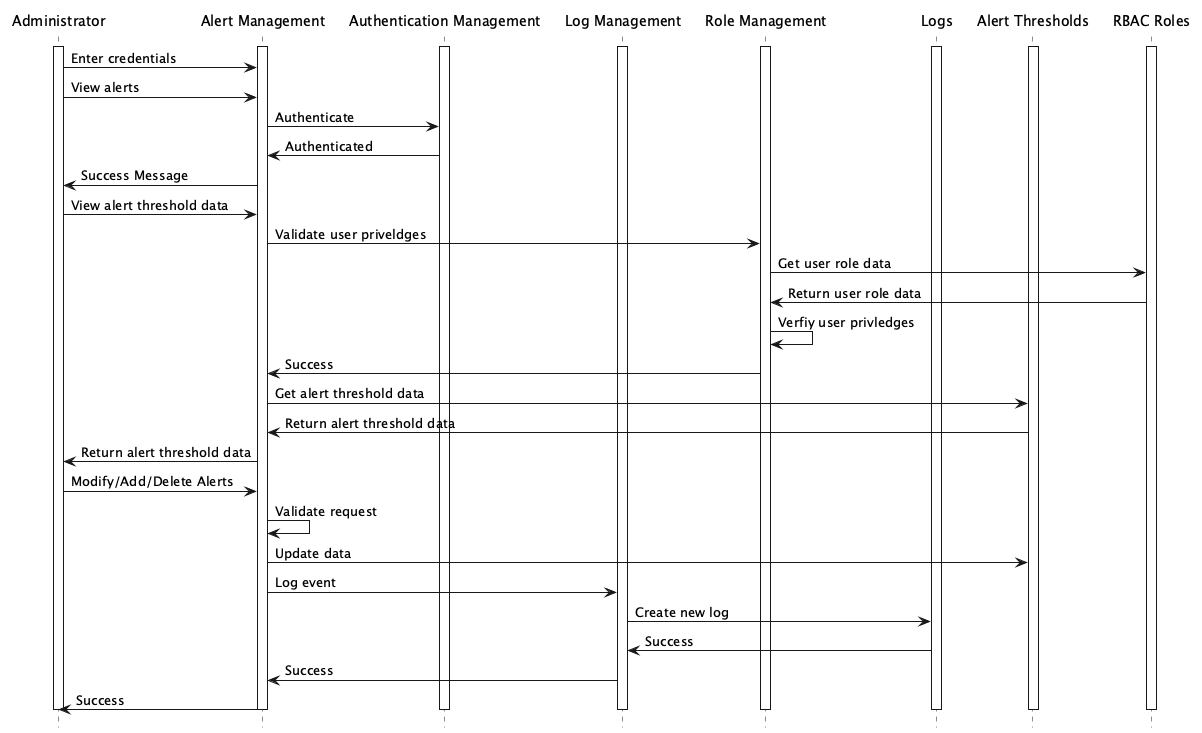
Earlier version of the PlantUML export seq-diag/BE3.png (kailashsrirang/3a04-deliverable3).
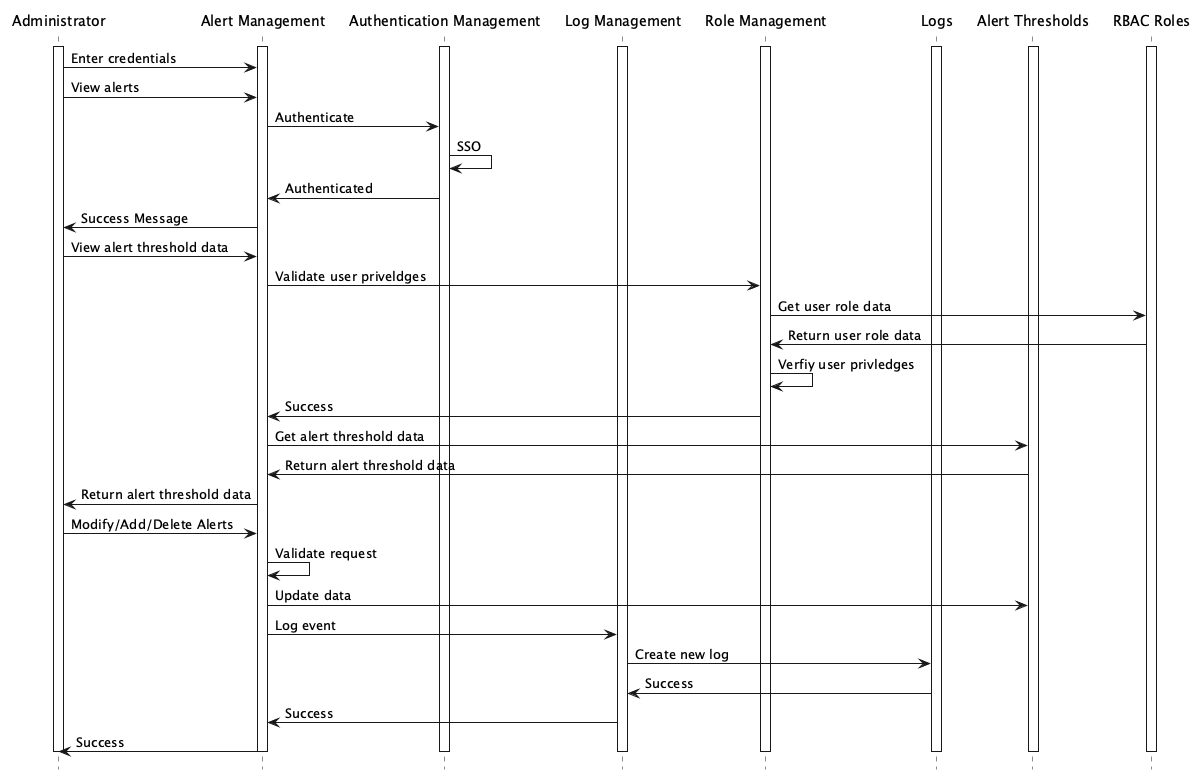
The same file after the commit.

Diff of the diagram source:
```diff
@@ -30,6 +30,7 @@
 A -> AM : Enter credentials
 A -> AM : View alerts
 AM -> AuthM : Authenticate
+AuthM -> AuthM : SSO
 AuthM -> AM : Authenticated
 AM -> A : Success Message
 
```
